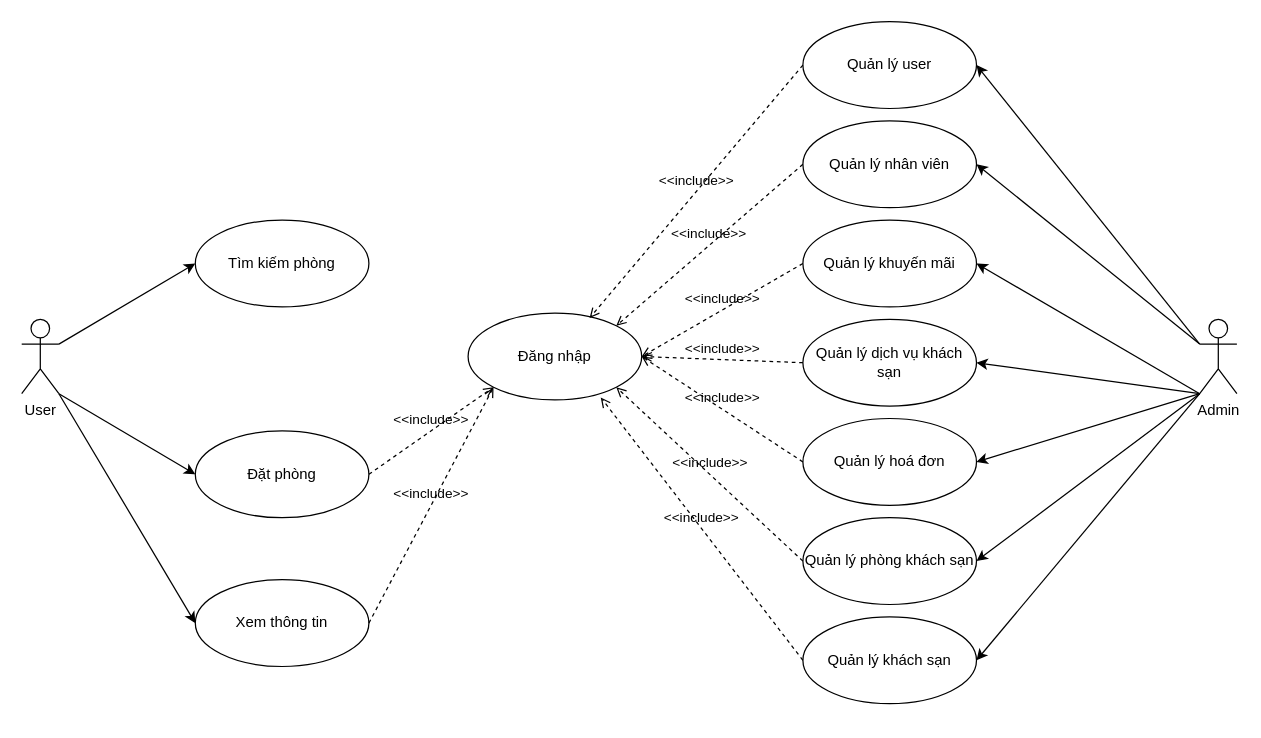
The draw.io diagram doan_usecase.drawio in alikuxac/alikuxac, before the edit. Source tidied: cells renumbered, new cells numbered last; positions are measured from the earlier drawing's top-left corner, leaving out a move shared by most shapes. Both pictures are drawn from the tidied source at 124%, with x=0, y=0 at pixel (21, 21).
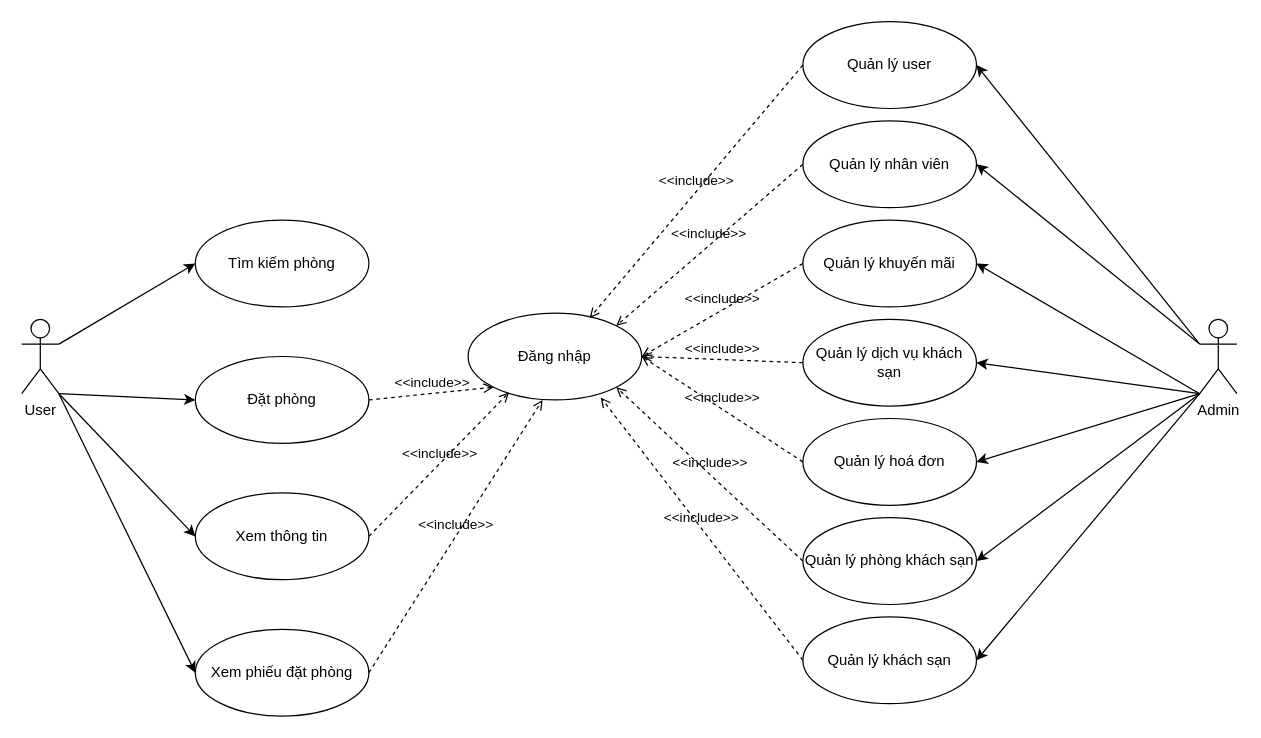
The same diagram, later.

Unchanged cells that the change refers to:
```xml
<mxCell id="2" value="User" style="shape=umlActor;verticalLabelPosition=bottom;verticalAlign=top;html=1;" parent="1" vertex="1">
  <mxGeometry y="240" width="30" height="60" as="geometry" />
</mxCell>
<mxCell id="4" value="Đăng nhập" style="ellipse;whiteSpace=wrap;html=1;" parent="1" vertex="1">
  <mxGeometry x="360" y="235" width="140" height="70" as="geometry" />
</mxCell>
```

Change to the diagram source:
```diff
@@
     <mxCell id="7" value="Đặt phòng" style="ellipse;whiteSpace=wrap;html=1;" parent="1" vertex="1">
-      <mxGeometry x="140" y="330" width="140" height="70" as="geometry" />
+      <mxGeometry x="140" y="270" width="140" height="70" as="geometry" />
     </mxCell>
@@
     <mxCell id="31" value="Xem thông tin" style="ellipse;whiteSpace=wrap;html=1;" parent="1" vertex="1">
-      <mxGeometry x="140" y="450" width="140" height="70" as="geometry" />
+      <mxGeometry x="140" y="380" width="140" height="70" as="geometry" />
     </mxCell>
@@
-    <mxCell id="33" value="&amp;lt;&amp;lt;include&amp;gt;&amp;gt;" style="html=1;verticalAlign=bottom;labelBackgroundColor=none;endArrow=open;endFill=0;dashed=1;rounded=0;exitX=1;exitY=0.5;exitDx=0;exitDy=0;entryX=0;entryY=1;entryDx=0;entryDy=0;" parent="1" edge="1" source="31" target="4">
+    <mxCell id="33" value="&amp;lt;&amp;lt;include&amp;gt;&amp;gt;" style="html=1;verticalAlign=bottom;labelBackgroundColor=none;endArrow=open;endFill=0;dashed=1;rounded=0;exitX=1;exitY=0.5;exitDx=0;exitDy=0;entryX=0.236;entryY=0.914;entryDx=0;entryDy=0;entryPerimeter=0;" parent="1" edge="1" source="31" target="4">
       <mxGeometry relative="1" as="geometry" />
     </mxCell>
+    <mxCell id="34" value="Xem phiếu đặt phòng" style="ellipse;whiteSpace=wrap;html=1;" parent="1" vertex="1">
+      <mxGeometry x="140" y="490" width="140" height="70" as="geometry" />
+    </mxCell>
+    <mxCell id="35" value="&amp;lt;&amp;lt;include&amp;gt;&amp;gt;" style="html=1;verticalAlign=bottom;labelBackgroundColor=none;endArrow=open;endFill=0;dashed=1;rounded=0;exitX=1;exitY=0.5;exitDx=0;exitDy=0;entryX=0.429;entryY=1;entryDx=0;entryDy=0;entryPerimeter=0;" parent="1" edge="1" source="34" target="4">
+      <mxGeometry relative="1" as="geometry" />
+    </mxCell>
+    <mxCell id="36" style="endArrow=classic;html=1;rounded=0;exitX=1;exitY=1;exitDx=0;exitDy=0;exitPerimeter=0;entryX=0;entryY=0.5;entryDx=0;entryDy=0;" parent="1" edge="1" source="2" target="34">
+      <mxGeometry relative="1" as="geometry" />
+    </mxCell>
```
